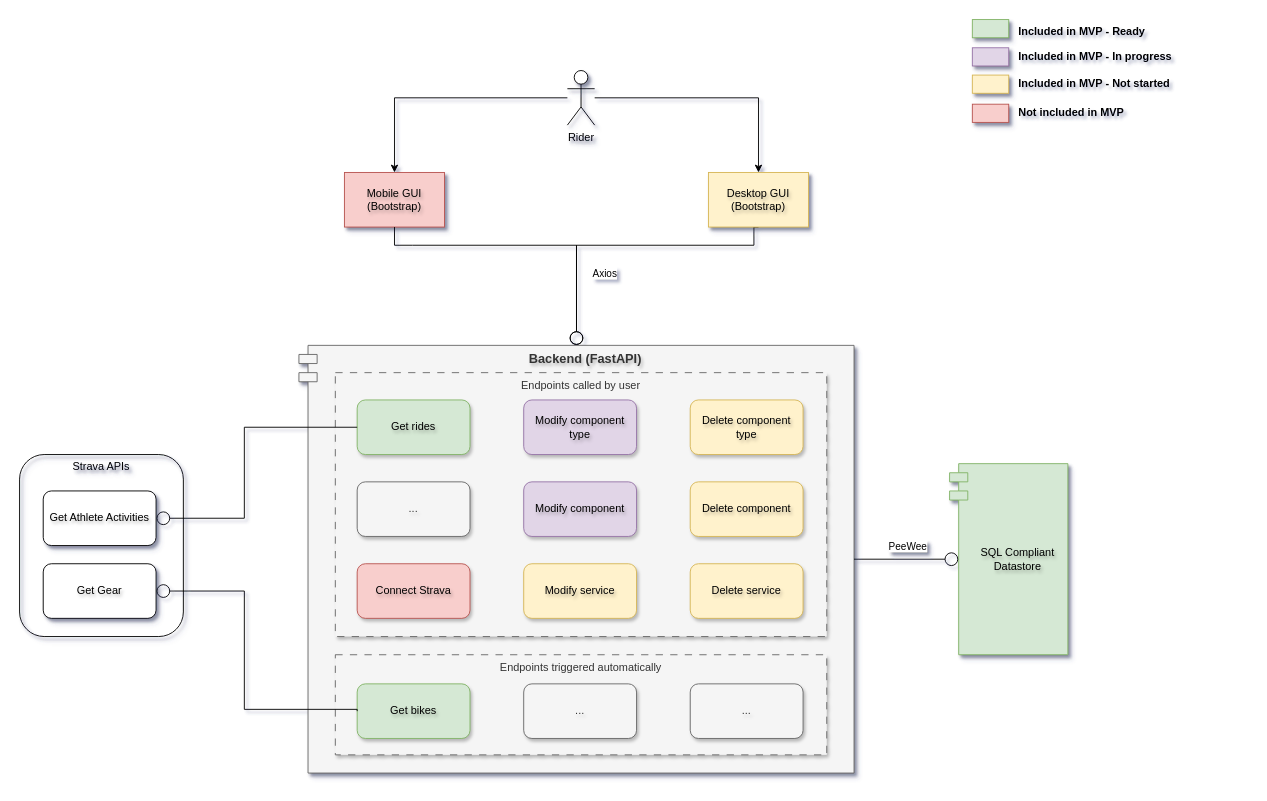
Earlier version of the draw.io diagram page "Application architecture" (1 of 5) of docs/all_diagrams.drawio (xivind/velo-supervisor-2000). Source tidied: cells renumbered, new cells numbered last; positions are measured from the earlier drawing's top-left corner, leaving out a move shared by most shapes. Both pictures are drawn from the tidied source at 91%, with x=0, y=0 at pixel (19, 17).
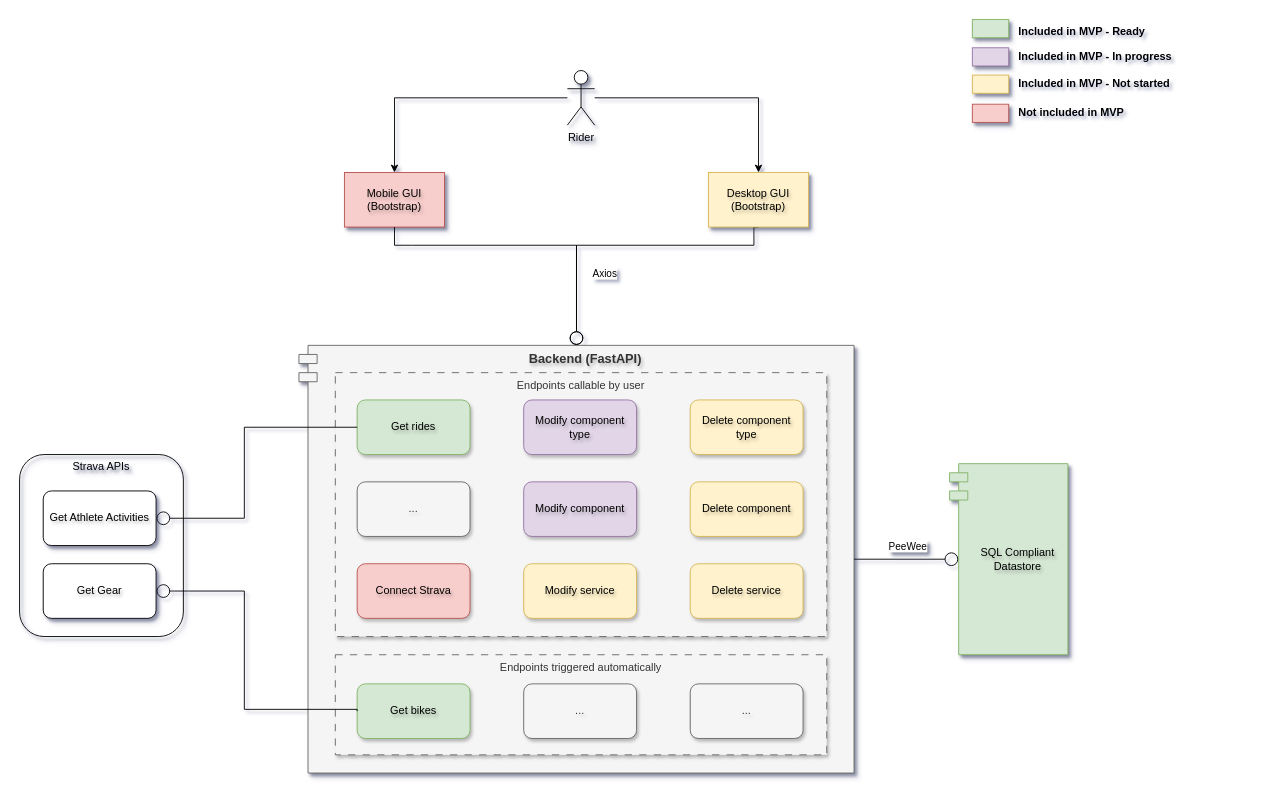
The same diagram, later.

Commit message:
Changes app architecture

Change to the diagram source:
```diff
@@
-    <mxCell id="25" value="Endpoints called by user" style="rounded=0;whiteSpace=wrap;html=1;verticalAlign=top;dashed=1;dashPattern=8 8;fillColor=#f5f5f5;fontColor=#333333;strokeColor=#666666;glass=0;shadow=1;" parent="1" vertex="1">
+    <mxCell id="25" value="Endpoints callable by user" style="rounded=0;whiteSpace=wrap;html=1;verticalAlign=top;dashed=1;dashPattern=8 8;fillColor=#f5f5f5;fontColor=#333333;strokeColor=#666666;glass=0;shadow=1;" parent="1" vertex="1">
       <mxGeometry x="347" y="390" width="540" height="290" as="geometry" />
     </mxCell>
```
